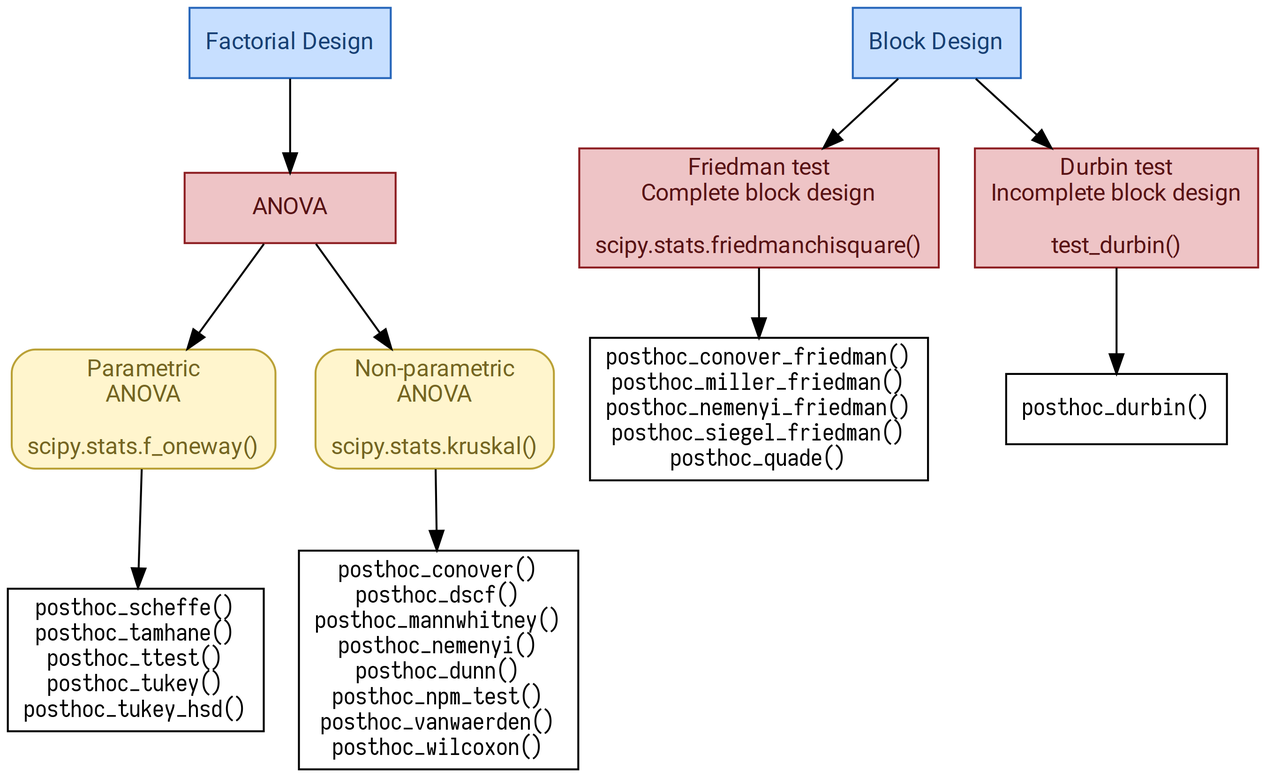
The Graphviz diagram images/flowchart.png in maximtrp/scikit-posthocs, before a commit. Its source is kept beside it as images/flowchart.gv. The source it was exported from:
```dot
digraph {
    graph [truecolor=true, bgcolor="#ff000000"];
    node [fontname="Roboto", fontsize=12];

    factorial [
        label="Factorial Design",
        shape=box,
        style="filled",
        fillcolor="#C7DFFF",
        color="#2666ba",
        fontcolor="#184074"
    ];

    anova [
        fillcolor="#eec4c6",
        color="#8d1e22",
        fontcolor="#581315",
        label="ANOVA",
        shape=box,
        style="filled",
        width=1.5,
    ];

    param [
        shape=box,
        style="rounded,filled",
        fontcolor="#746522",
        color="#baa136",
        fillcolor="#fff5cd",
        label="Parametric\nANOVA\n\nscipy.stats.f_oneway()",
        width=0.5
    ];

    param_posthocs [
        shape=box,
        fontname="Iosevka",
        label="posthoc_scheffe()\nposthoc_tamhane()\nposthoc_ttest()\nposthoc_tukey()\nposthoc_tukey_hsd()"
    ];

    nonparam [
        shape=box,
        style="rounded,filled",
        fontcolor="#746522",
        color="#baa136",
        fillcolor="#fff5cd",
        label="Non-parametric\nANOVA\n\nscipy.stats.kruskal()",
        width=0.5
    ];

    nonparam_posthocs [
        shape=box,
        fontname="Iosevka",
        label="posthoc_conover()\nposthoc_dscf()\nposthoc_mannwhitney()\nposthoc_nemenyi()\nposthoc_dunn()\nposthoc_npm_test()\nposthoc_vanwaerden()\nposthoc_wilcoxon()"
    ];

    blocked [
        label="Block Design",
        shape=box,
        style="filled",
        fillcolor="#C7DFFF",
        color="#2666ba",
        fontcolor="#184074"
    ];

    friedman [
        fillcolor="#eec4c6",
        color="#8d1e22",
        fontcolor="#581315",
        label="Friedman test\nComplete block design\n\nscipy.stats.friedmanchisquare()",
        shape=box,
        style="filled",
        width=0.5,
    ];

    friedman_posthocs [
        shape=box,
        fontname="Iosevka"
        label="posthoc_conover_friedman()\nposthoc_miller_friedman()\nposthoc_nemenyi_friedman()\nposthoc_siegel_friedman()\nposthoc_quade()"
    ];

    durbin [
        fillcolor="#eec4c6",
        color="#8d1e22",
        fontcolor="#581315",
        label="Durbin test\nIncomplete block design\n\ntest_durbin()",
        shape=box,
        style="filled",
        width=0.5,
    ];

    durbin_posthocs [
        shape=box,
        fontname="Iosevka"
        label="posthoc_durbin()"
    ];


    factorial -> anova;
    anova  -> param;
    anova  -> nonparam;

    param -> param_posthocs;
    nonparam -> nonparam_posthocs;

    blocked -> {friedman, durbin};
    friedman -> friedman_posthocs;
    durbin -> durbin_posthocs;
}
```
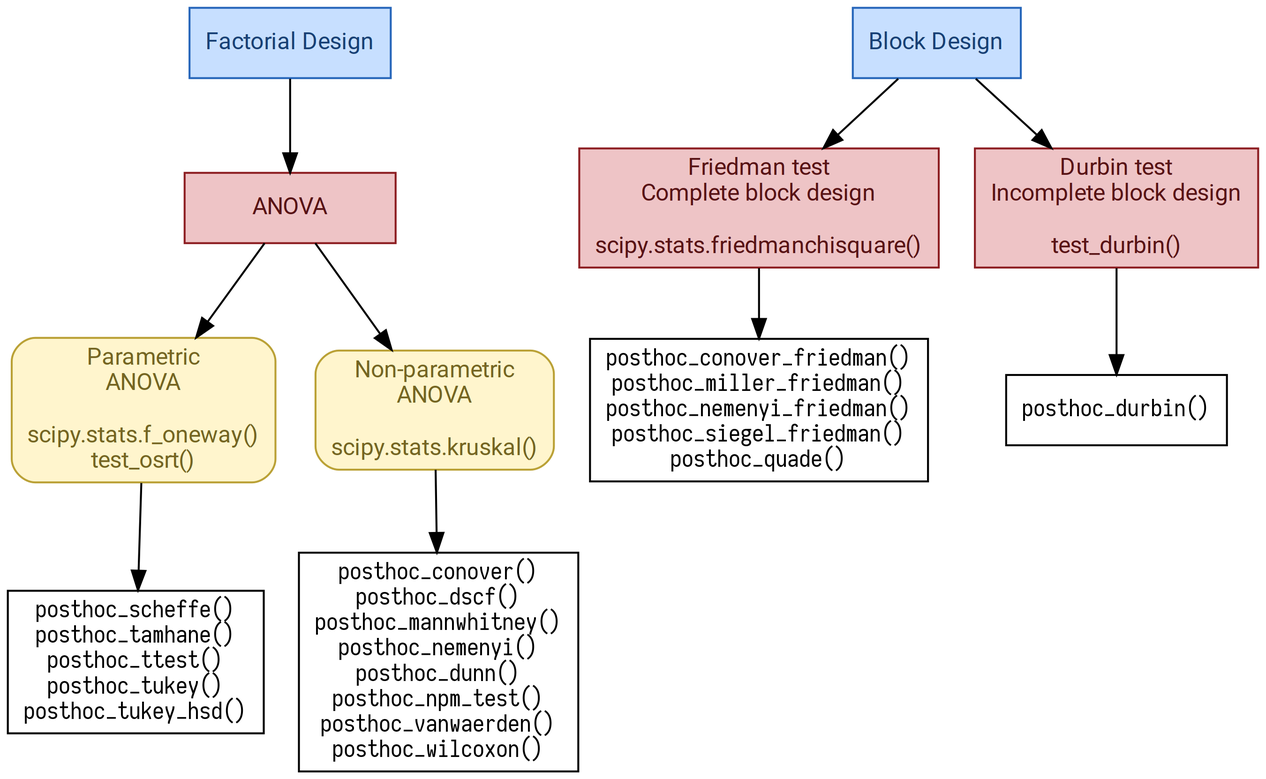
The same file after the commit.

What changed in the source:
```diff
@@ -27,7 +27,7 @@
         fontcolor="#746522",
         color="#baa136",
         fillcolor="#fff5cd",
-        label="Parametric\nANOVA\n\nscipy.stats.f_oneway()",
+        label="Parametric\nANOVA\n\nscipy.stats.f_oneway()\ntest_osrt()",
         width=0.5
     ];
 
```
